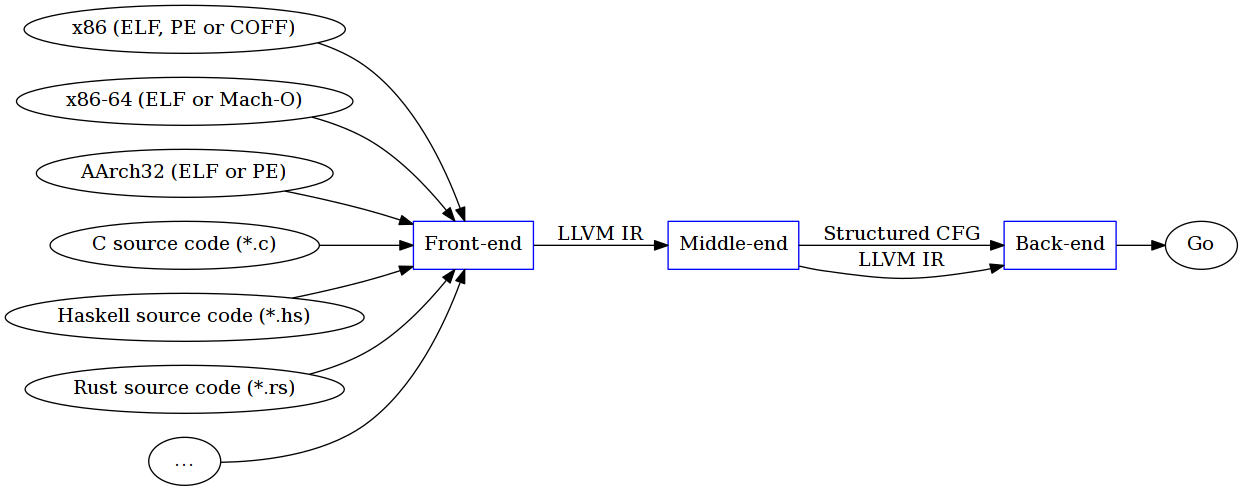
Earlier version of the Graphviz export inc/decompilation_pipeline.png (decomp/doc). Its source is kept beside it as inc/decompilation_pipeline.dot.
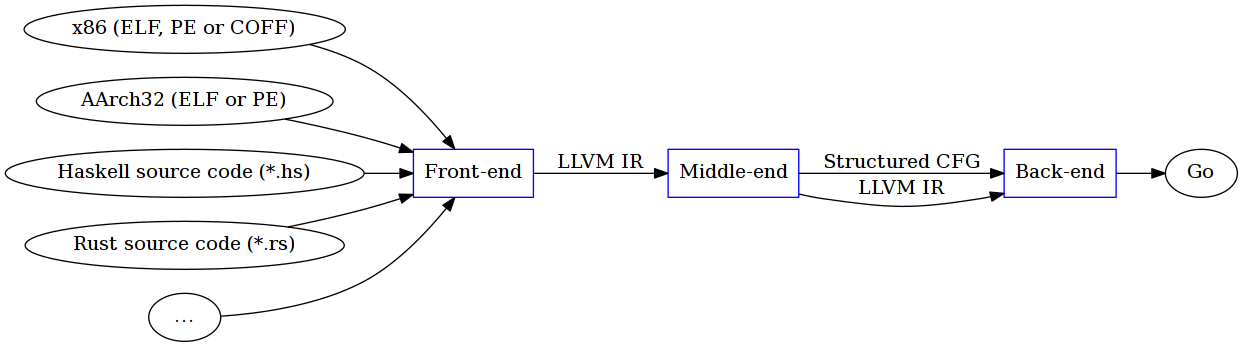
The same diagram one commit later.

The edit, as a diff of the source:
```diff
@@ -2,12 +2,10 @@
 	rankdir=LR
 
 	In1 [label="x86 (ELF, PE or COFF)"]
-	In2 [label="x86-64 (ELF or Mach-O)"]
-	In3 [label="AArch32 (ELF or PE)"]
-	In4 [label="C source code (*.c)"]
-	In5 [label="Haskell source code (*.hs)"]
-	In6 [label="Rust source code (*.rs)"]
-	In7 [label="…"]
+	In2 [label="AArch32 (ELF or PE)"]
+	In3 [label="Haskell source code (*.hs)"]
+	In4 [label="Rust source code (*.rs)"]
+	In5 [label="…"]
 
 	Front [label="Front-end" color=blue shape=box]
 	Middle [label="Middle-end" color=blue shape=box]
@@ -15,7 +13,7 @@
 
 	Out [label="Go"]
 
-	{In1 In2 In3 In4 In5 In6 In7} -> Front
+	{In1 In2 In3 In4 In5} -> Front
 	Front -> Middle [label="LLVM IR"]
 	Middle -> Back [label="Structured CFG"]
 	Middle -> Back [label="LLVM IR"]
```
